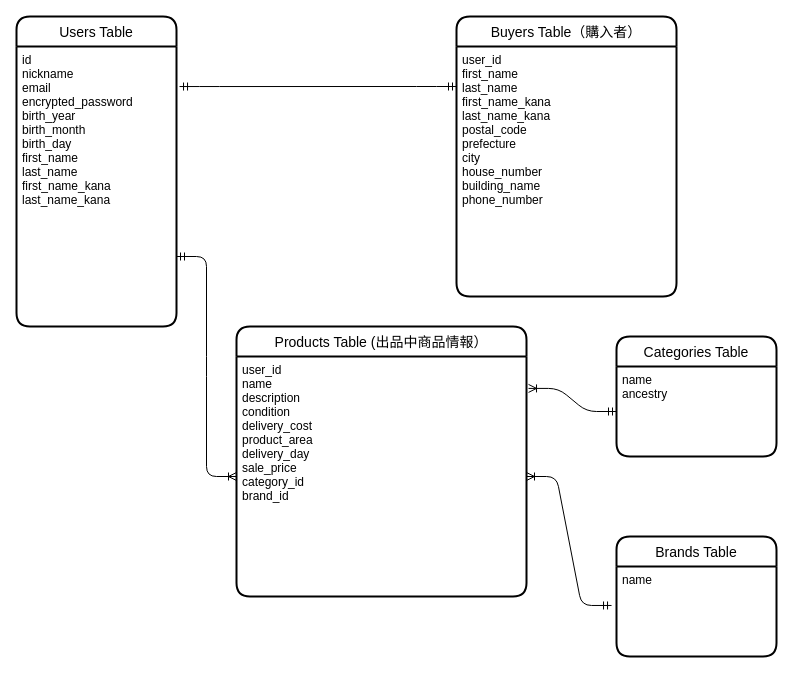
Above: ER.dio in tokudayusuke/furima-34330 (draw.io), before the change. Source tidied: cells renumbered, new cells numbered last; positions are measured from the earlier drawing's top-left corner, leaving out a move shared by most shapes. Both pictures are drawn from the tidied source at 100%, with x=0, y=0 at pixel (16, 16).
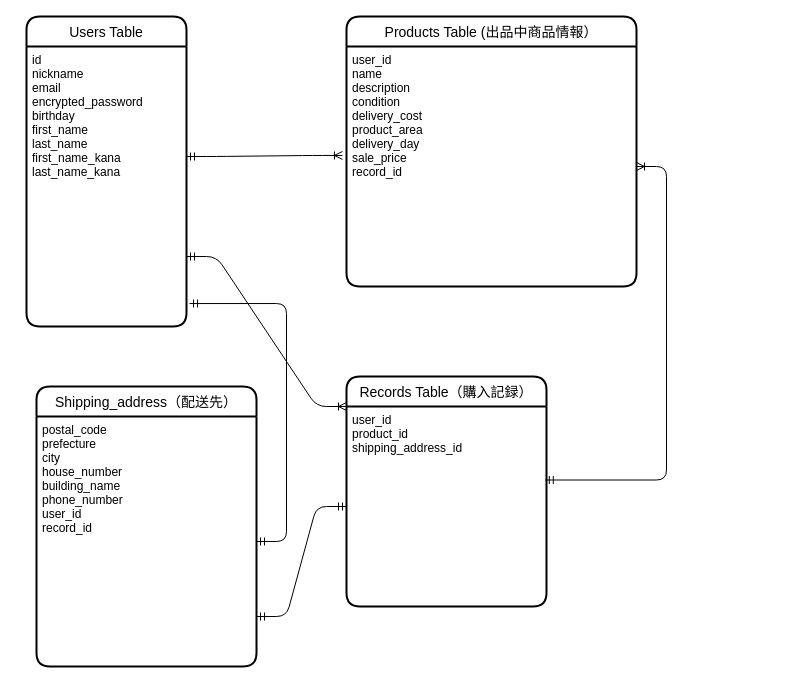
Above is the later version.

Commit message (it also covers changes not shown here):
ER図、README編集

What changed in the source:
```diff
@@
 <mxGraphModel>
   <root>
     <mxCell id="0" />
     <mxCell id="1" parent="0" />
     <mxCell id="2" value="Users Table" style="swimlane;horizontal=1;startSize=30;rounded=1;fontSize=14;fontStyle=0;strokeWidth=2;shadow=0;dashed=0;align=center;" parent="1" vertex="1">
-      <mxGeometry width="160" height="310" as="geometry" />
+      <mxGeometry x="10" width="160" height="310" as="geometry" />
     </mxCell>
-    <mxCell id="3" value="id&#10;nickname&#10;email&#10;encrypted_password&#10;birth_year&#10;birth_month&#10;birth_day&#10;first_name&#10;last_name&#10;first_name_kana&#10;last_name_kana" style="align=left;strokeColor=none;fillColor=none;spacingLeft=4;fontSize=12;verticalAlign=top;" parent="2" vertex="1">
+    <mxCell id="3" value="id&#10;nickname&#10;email&#10;encrypted_password&#10;birthday&#10;first_name&#10;last_name&#10;first_name_kana&#10;last_name_kana" style="align=left;strokeColor=none;fillColor=none;spacingLeft=4;fontSize=12;verticalAlign=top;" parent="2" vertex="1">
       <mxGeometry y="30" width="160" height="280" as="geometry" />
     </mxCell>
     <mxCell id="4" value="Products Table (出品中商品情報）" style="swimlane;horizontal=1;startSize=30;rounded=1;fontSize=14;fontStyle=0;strokeWidth=2;shadow=0;dashed=0;align=center;" parent="1" vertex="1">
-      <mxGeometry x="220" y="310" width="290" height="270" as="geometry" />
+      <mxGeometry x="330" width="290" height="270" as="geometry" />
     </mxCell>
-    <mxCell id="5" value="user_id&#10;name&#10;description&#10;condition&#10;delivery_cost&#10;product_area&#10;delivery_day&#10;sale_price&#10;category_id&#10;brand_id" style="align=left;strokeColor=none;fillColor=none;spacingLeft=4;fontSize=12;verticalAlign=top;" parent="4" vertex="1">
+    <mxCell id="5" value="user_id&#10;name&#10;description&#10;condition&#10;delivery_cost&#10;product_area&#10;delivery_day&#10;sale_price&#10;record_id" style="align=left;strokeColor=none;fillColor=none;spacingLeft=4;fontSize=12;verticalAlign=top;" parent="4" vertex="1">
       <mxGeometry y="30" width="290" height="240" as="geometry" />
     </mxCell>
-    <mxCell id="6" style="edgeStyle=entityRelationEdgeStyle;fontSize=12;html=1;endArrow=ERoneToMany;startArrow=ERmandOne;exitX=1;exitY=0.75;exitDx=0;exitDy=0;entryX=0;entryY=0.5;entryDx=0;entryDy=0;" parent="1" edge="1" source="3" target="5">
+    <mxCell id="6" style="edgeStyle=entityRelationEdgeStyle;fontSize=12;html=1;endArrow=ERoneToMany;startArrow=ERmandOne;exitX=0.994;exitY=0.45;exitDx=0;exitDy=0;exitPerimeter=0;" parent="1" edge="1" source="17" target="5">
       <mxGeometry relative="1" as="geometry" />
     </mxCell>
-    <mxCell id="7" value="Buyers Table（購入者）" style="swimlane;horizontal=1;startSize=30;rounded=1;fontSize=14;fontStyle=0;strokeWidth=2;shadow=0;dashed=0;align=center;" parent="1" vertex="1">
-      <mxGeometry x="440" width="220" height="280" as="geometry" />
+    <mxCell id="7" value="Shipping_address（配送先）" style="swimlane;horizontal=1;startSize=30;rounded=1;fontSize=14;fontStyle=0;strokeWidth=2;shadow=0;dashed=0;align=center;" parent="1" vertex="1">
+      <mxGeometry x="20" y="370" width="220" height="280" as="geometry" />
     </mxCell>
-    <mxCell id="8" value="user_id&#10;first_name&#10;last_name&#10;first_name_kana&#10;last_name_kana&#10;postal_code&#10;prefecture&#10;city&#10;house_number&#10;building_name&#10;phone_number" style="align=left;strokeColor=none;fillColor=none;spacingLeft=4;fontSize=12;verticalAlign=top;" parent="7" vertex="1">
+    <mxCell id="8" value="postal_code&#10;prefecture&#10;city&#10;house_number&#10;building_name&#10;phone_number&#10;user_id&#10;record_id" style="align=left;strokeColor=none;fillColor=none;spacingLeft=4;fontSize=12;verticalAlign=top;" parent="7" vertex="1">
       <mxGeometry y="30" width="220" height="250" as="geometry" />
     </mxCell>
-    <mxCell id="9" value="Categories Table" style="swimlane;horizontal=1;startSize=30;rounded=1;fontSize=14;fontStyle=0;strokeWidth=2;shadow=0;dashed=0;align=center;" parent="1" vertex="1">
-      <mxGeometry x="600" y="320" width="160" height="120" as="geometry" />
-    </mxCell>
-    <mxCell id="10" value="name&#10;ancestry" style="align=left;strokeColor=none;fillColor=none;spacingLeft=4;fontSize=12;verticalAlign=top;" parent="9" vertex="1">
-      <mxGeometry y="30" width="160" height="90" as="geometry" />
-    </mxCell>
-    <mxCell id="11" value="Brands Table" style="swimlane;horizontal=1;startSize=30;rounded=1;fontSize=14;fontStyle=0;strokeWidth=2;shadow=0;dashed=0;align=center;" parent="1" vertex="1">
-      <mxGeometry x="600" y="520" width="160" height="120" as="geometry" />
-    </mxCell>
-    <mxCell id="12" value="name" style="align=left;strokeColor=none;fillColor=none;spacingLeft=4;fontSize=12;verticalAlign=top;" parent="11" vertex="1">
-      <mxGeometry y="30" width="160" height="90" as="geometry" />
-    </mxCell>
-    <mxCell id="13" style="edgeStyle=entityRelationEdgeStyle;fontSize=12;html=1;endArrow=ERoneToMany;startArrow=ERmandOne;exitX=-0.031;exitY=0.433;exitDx=0;exitDy=0;exitPerimeter=0;" parent="1" edge="1" source="12" target="5">
-      <mxGeometry relative="1" as="geometry" />
-    </mxCell>
-    <mxCell id="14" style="edgeStyle=entityRelationEdgeStyle;fontSize=12;html=1;endArrow=ERoneToMany;startArrow=ERmandOne;entryX=1.007;entryY=0.133;entryDx=0;entryDy=0;entryPerimeter=0;" parent="1" edge="1" source="10" target="5">
-      <mxGeometry relative="1" as="geometry" />
-    </mxCell>
-    <mxCell id="15" style="edgeStyle=entityRelationEdgeStyle;fontSize=12;html=1;endArrow=ERmandOne;startArrow=ERmandOne;exitX=1.019;exitY=0.143;exitDx=0;exitDy=0;exitPerimeter=0;entryX=0;entryY=0.25;entryDx=0;entryDy=0;" parent="1" edge="1" source="3" target="7">
+    <mxCell id="15" style="edgeStyle=entityRelationEdgeStyle;fontSize=12;html=1;endArrow=ERmandOne;startArrow=ERmandOne;exitX=1.019;exitY=0.918;exitDx=0;exitDy=0;exitPerimeter=0;" parent="1" edge="1" source="3" target="8">
       <mxGeometry relative="1" as="geometry" />
     </mxCell>
+    <mxCell id="16" style="edgeStyle=entityRelationEdgeStyle;fontSize=12;html=1;endArrow=ERmandOne;startArrow=ERmandOne;rounded=1;entryX=1;entryY=0.8;entryDx=0;entryDy=0;entryPerimeter=0;" parent="1" edge="1" source="18" target="8">
+      <mxGeometry relative="1" as="geometry" />
+    </mxCell>
+    <mxCell id="17" value="Records Table（購入記録）" style="swimlane;horizontal=1;startSize=30;rounded=1;fontSize=14;fontStyle=0;strokeWidth=2;shadow=0;dashed=0;align=center;" parent="1" vertex="1">
+      <mxGeometry x="330" y="360" width="200" height="230" as="geometry" />
+    </mxCell>
+    <mxCell id="18" value="user_id&#10;product_id&#10;shipping_address_id" style="align=left;strokeColor=none;fillColor=none;spacingLeft=4;fontSize=12;verticalAlign=top;" parent="17" vertex="1">
+      <mxGeometry y="30" width="200" height="200" as="geometry" />
+    </mxCell>
+    <mxCell id="19" style="edgeStyle=entityRelationEdgeStyle;fontSize=12;html=1;endArrow=ERoneToMany;startArrow=ERmandOne;exitX=1;exitY=0.75;exitDx=0;exitDy=0;entryX=0;entryY=0;entryDx=0;entryDy=0;" parent="1" edge="1" source="3" target="18">
+      <mxGeometry relative="1" as="geometry" />
+    </mxCell>
+    <mxCell id="20" style="edgeStyle=entityRelationEdgeStyle;fontSize=12;html=1;endArrow=ERoneToMany;startArrow=ERmandOne;entryX=-0.014;entryY=0.454;entryDx=0;entryDy=0;entryPerimeter=0;" parent="1" edge="1" target="5">
+      <mxGeometry relative="1" as="geometry">
+        <mxPoint x="170" y="140" as="sourcePoint" />
+      </mxGeometry>
+    </mxCell>
   </root>
 </mxGraphModel>
```
